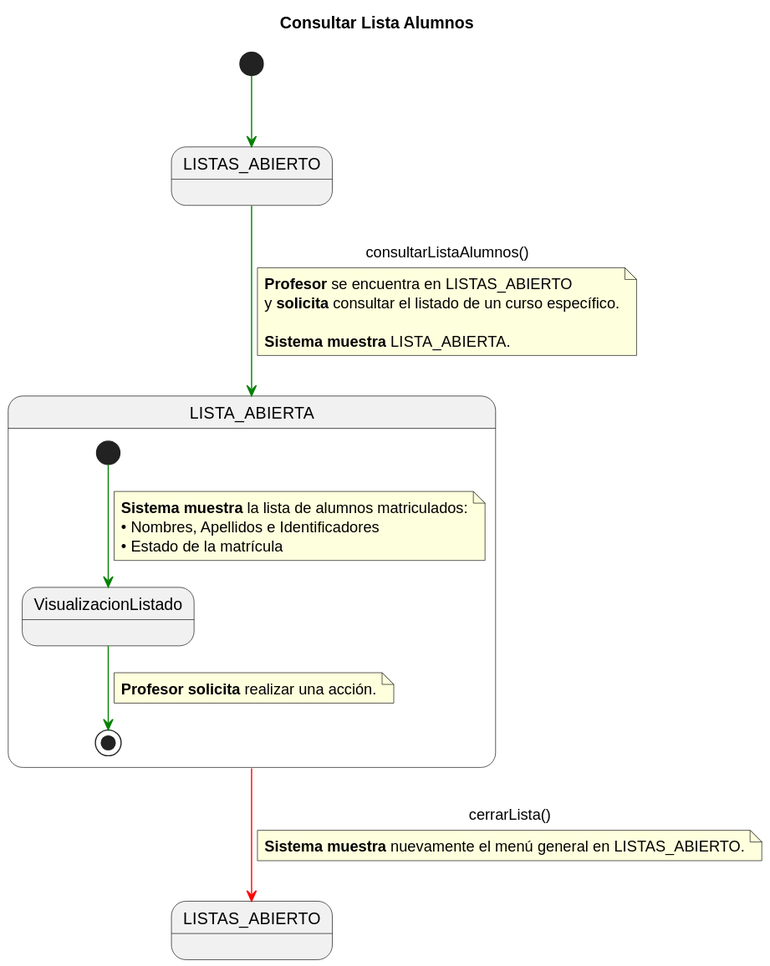
Earlier version of the PlantUML export documents/CasosDeUso/DetalladoCasosDeUso/Profesor/consultarListaAlumnos.svg (enmabry/25-26-IdSw1-SdR).
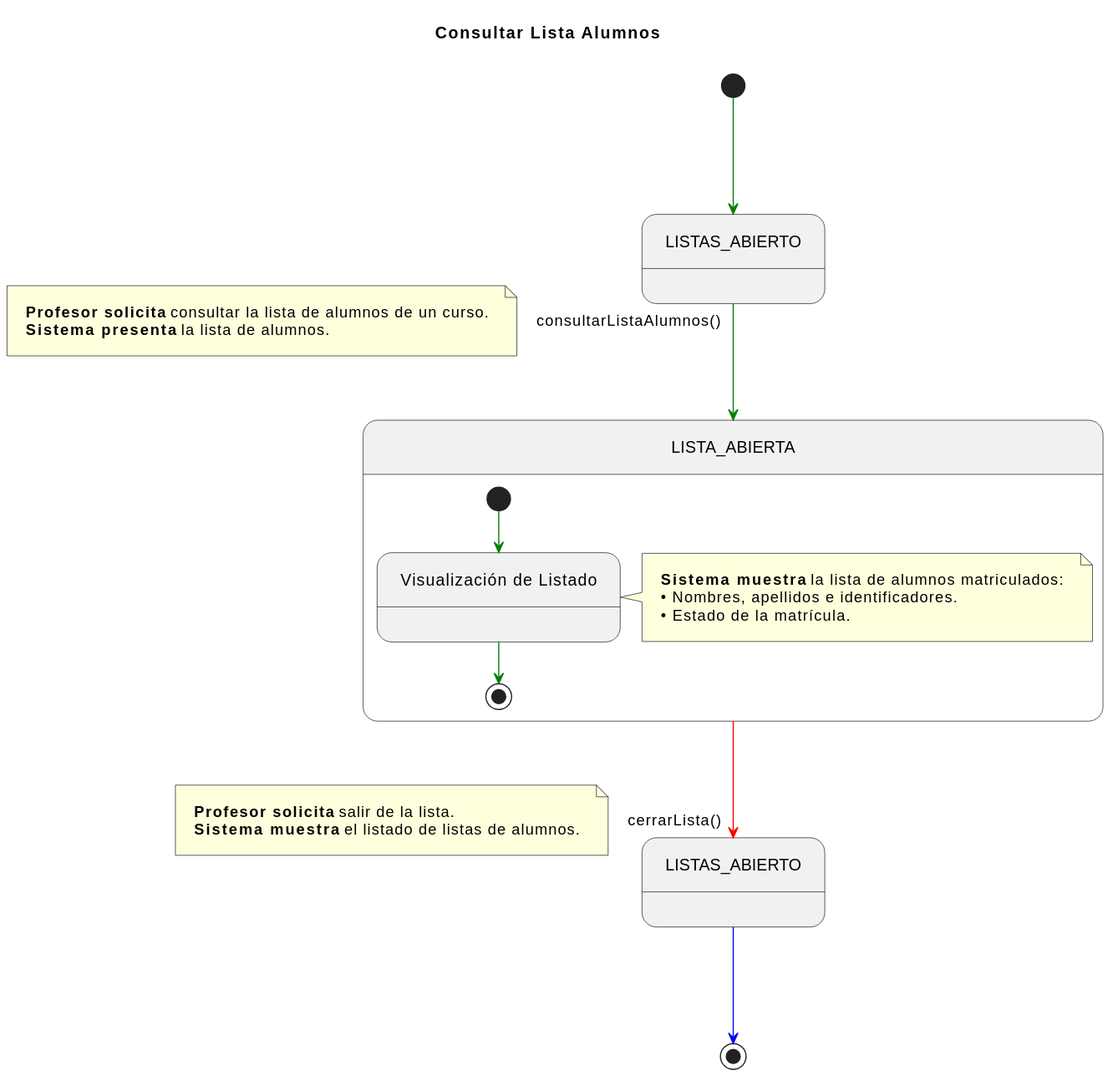
The same diagram one commit later.

What changed in the source:
```diff
@@ -1,40 +1,38 @@
 @startuml
 title Consultar Lista Alumnos
-skinparam linetype polyline
+skinparam nodesep 100
+skinparam ranksep 100
+skinparam linetype ortho
+skinparam Padding 10
 
 state LISTAS_ABIERTO_INICIAL as "LISTAS_ABIERTO"
-state LISTAS_ABIERTO_FINAL as "LISTAS_ABIERTO"
-state LISTA_ABIERTA as "LISTA_ABIERTA"
+state LISTAS_ABIERTO_FINAL   as "LISTAS_ABIERTO"
+state LISTA_ABIERTA_COMP     as "LISTA_ABIERTA"
 
 [*] -[#green]-> LISTAS_ABIERTO_INICIAL
 
-LISTAS_ABIERTO_INICIAL -[#green]-> LISTA_ABIERTA : consultarListaAlumnos()
-note on link
-<b>Profesor</b> se encuentra en LISTAS_ABIERTO
-y <b>solicita</b> consultar el listado de un curso específico.
-
-<b>Sistema muestra</b> LISTA_ABIERTA.
+LISTAS_ABIERTO_INICIAL -[#green]-> LISTA_ABIERTA_COMP : consultarListaAlumnos()
+note left on link
+    <b>Profesor solicita</b> consultar la lista de alumnos de un curso.
+    <b>Sistema presenta</b> la lista de alumnos.
 end note
 
-state LISTA_ABIERTA as "LISTA_ABIERTA" {
-
-    state VisualizacionListado
-
+state LISTA_ABIERTA_COMP {
+    state VisualizacionListado as "Visualización de Listado"
     [*] -[#green]-> VisualizacionListado
-    note on link
-    <b>Sistema muestra</b> la lista de alumnos matriculados:
-    • Nombres, Apellidos e Identificadores
-    • Estado de la matrícula
+    note right of VisualizacionListado
+        <b>Sistema muestra</b> la lista de alumnos matriculados:
+        • Nombres, apellidos e identificadores.
+        • Estado de la matrícula.
     end note
-
     VisualizacionListado -[#green]-> [*]
-    note on link
-    <b>Profesor solicita</b> realizar una acción.
-    end note
 }
 
-LISTA_ABIERTA -[#red]-> LISTAS_ABIERTO_FINAL : cerrarLista()
-note on link
-<b>Sistema muestra</b> nuevamente el menú general en LISTAS_ABIERTO.
+LISTA_ABIERTA_COMP -[#red]-> LISTAS_ABIERTO_FINAL : cerrarLista()
+note left on link
+    <b>Profesor solicita</b> salir de la lista.
+    <b>Sistema muestra</b> el listado de listas de alumnos.
 end note
+
+LISTAS_ABIERTO_FINAL -[#blue]-> [*]
 @enduml
```
